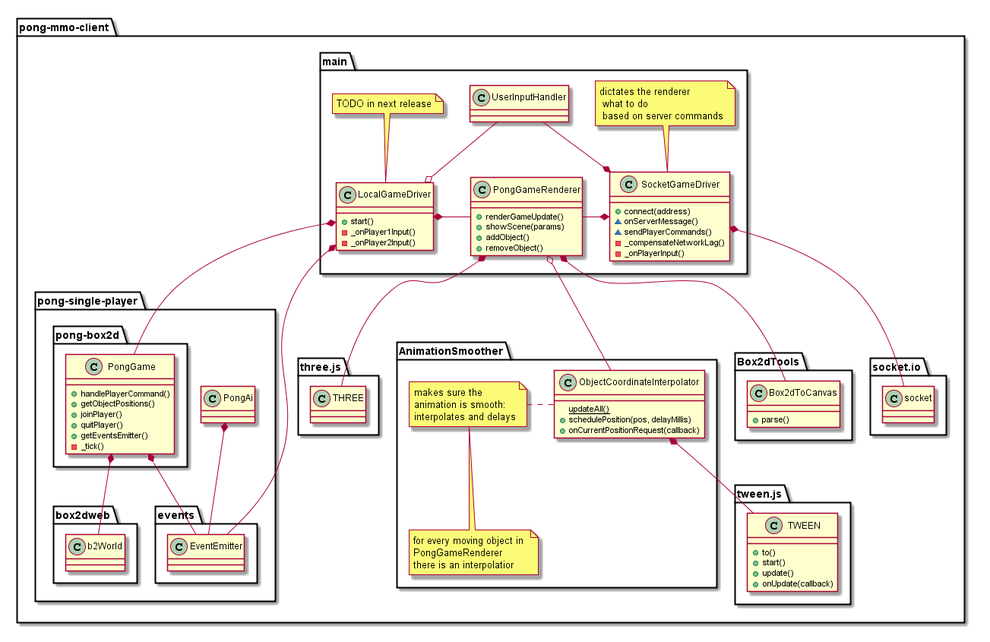
Above: documentation/client-classes.png in bestander/pong-mmo-www (PlantUML), before the change.
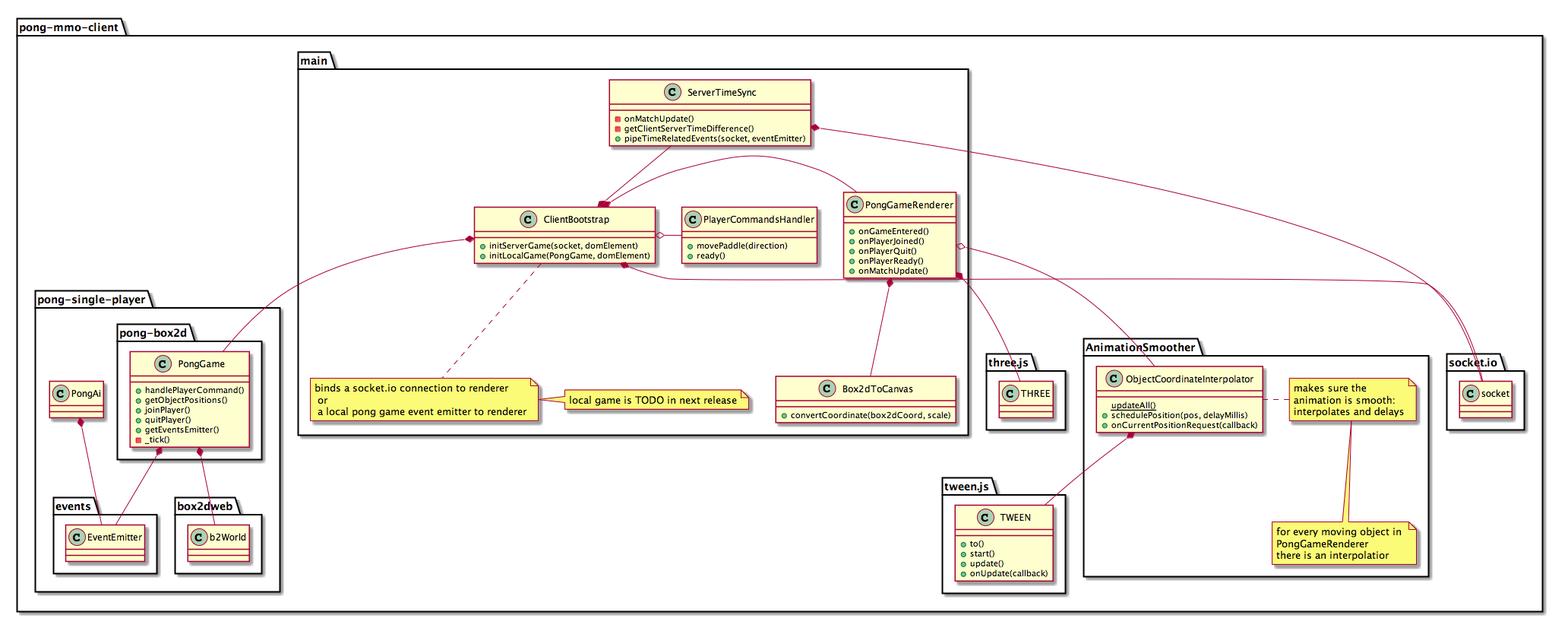
After the commit.

Commit message:
updated client class design

Diff of the diagram source:
```diff
@@ -37,51 +37,47 @@
 
   package main {
 
-    class SocketGameDriver {
-      +connect(address)
-      ~onServerMessage()
-      ~sendPlayerCommands()
-      -_compensateNetworkLag()
-      -_onPlayerInput()
+    class ServerTimeSync {
+      -onMatchUpdate()
+      -getClientServerTimeDifference()
+      +pipeTimeRelatedEvents(socket, eventEmitter)
     }
-    SocketGameDriver *-- socket
-    note top: dictates the renderer \n what to do \n based on server commands
+    ServerTimeSync *-- socket
 
-    class LocalGameDriver {
-      +start()
-      -_onPlayer1Input()
-      -_onPlayer2Input()
+    class ClientBootstrap {
+      +initServerGame(socket, domElement)
+      +initLocalGame(PongGame, domElement)
     }
-    note top: TODO in next release
-    LocalGameDriver *-- PongGame
-    LocalGameDriver *-- EventEmitter
-    LocalGameDriver *- PongGameRenderer
+    note bottom: binds a socket.io connection to renderer \n or \n a local pong game event emitter to renderer
+    note right: local game is TODO in next release
 
+    ClientBootstrap *-- PongGame
+    ClientBootstrap *- PongGameRenderer
+    ClientBootstrap *-- socket
+    ServerTimeSync --* ClientBootstrap
+
+    class PlayerCommandsHandler {
+      +movePaddle(direction)
+      +ready()
+    }
+    ClientBootstrap o- PlayerCommandsHandler
 
     class PongGameRenderer {
-      +renderGameUpdate()
-      +showScene(params)
-      +addObject()
-      +removeObject()
+      +onGameEntered()
+      +onPlayerJoined()
+      +onPlayerQuit()
+      +onPlayerReady()
+      +onMatchUpdate()
     }
 
     PongGameRenderer *- THREE
-    SocketGameDriver *- PongGameRenderer
 
-    class UserInputHandler {
+    class Box2dToCanvas {
+      +convertCoordinate(box2dCoord, scale)
+    }
+    PongGameRenderer *-- Box2dToCanvas
 
-    }
-    UserInputHandler --* SocketGameDriver
-    UserInputHandler --o LocalGameDriver
   }
-
-  package Box2dTools {
-    class Box2dToCanvas {
-      +parse()
-    }
-  }
-
-  PongGameRenderer *-- Box2dToCanvas
 
   package AnimationSmoother {
 
```
